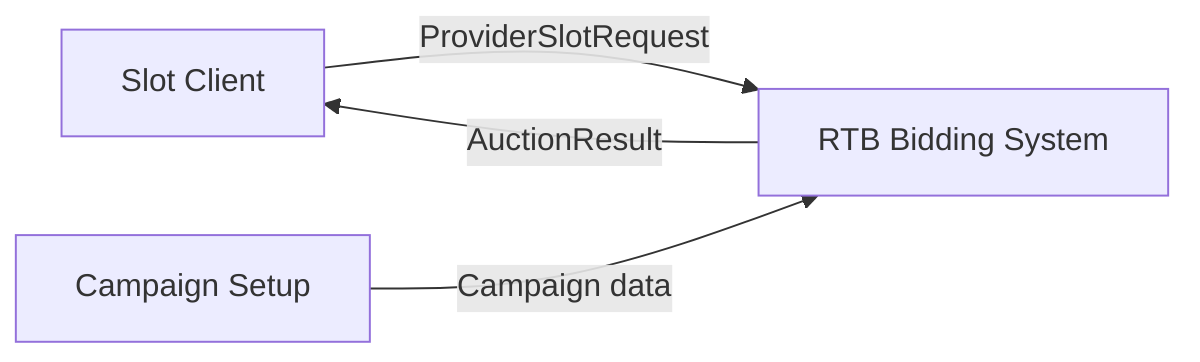
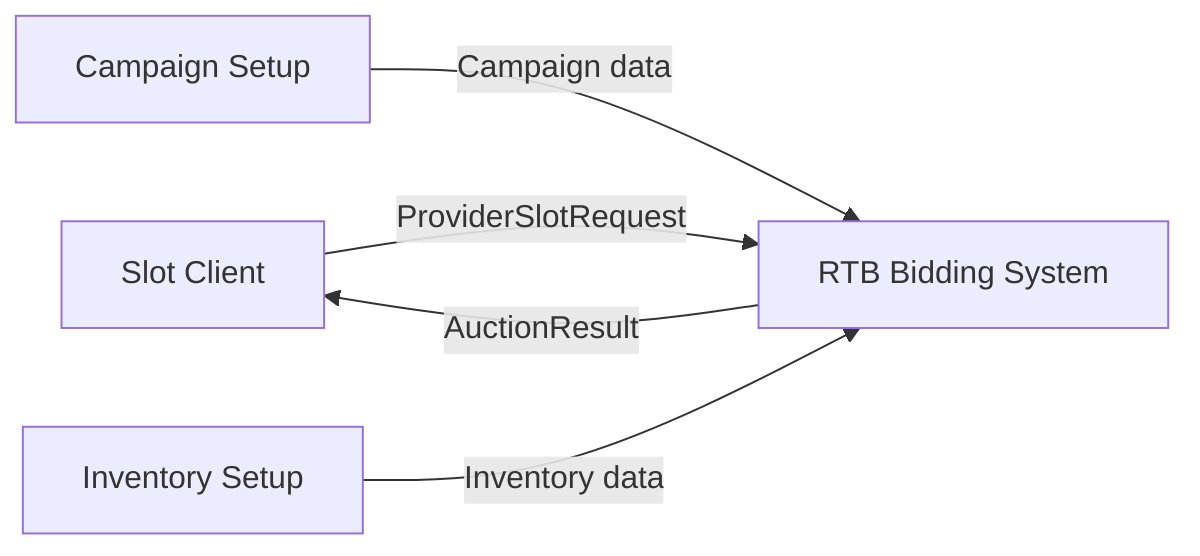
flowchart LR
    publisher["Slot Client"]
    advertiser["Campaign Setup"]
+     inventoryOwner["Inventory Setup"]
    system["RTB Bidding System"]

    publisher -->|"ProviderSlotRequest"| system
    system -->|"AuctionResult"| publisher

    advertiser -->|"Campaign data"| system
+     inventoryOwner -->|"Inventory data"| system
